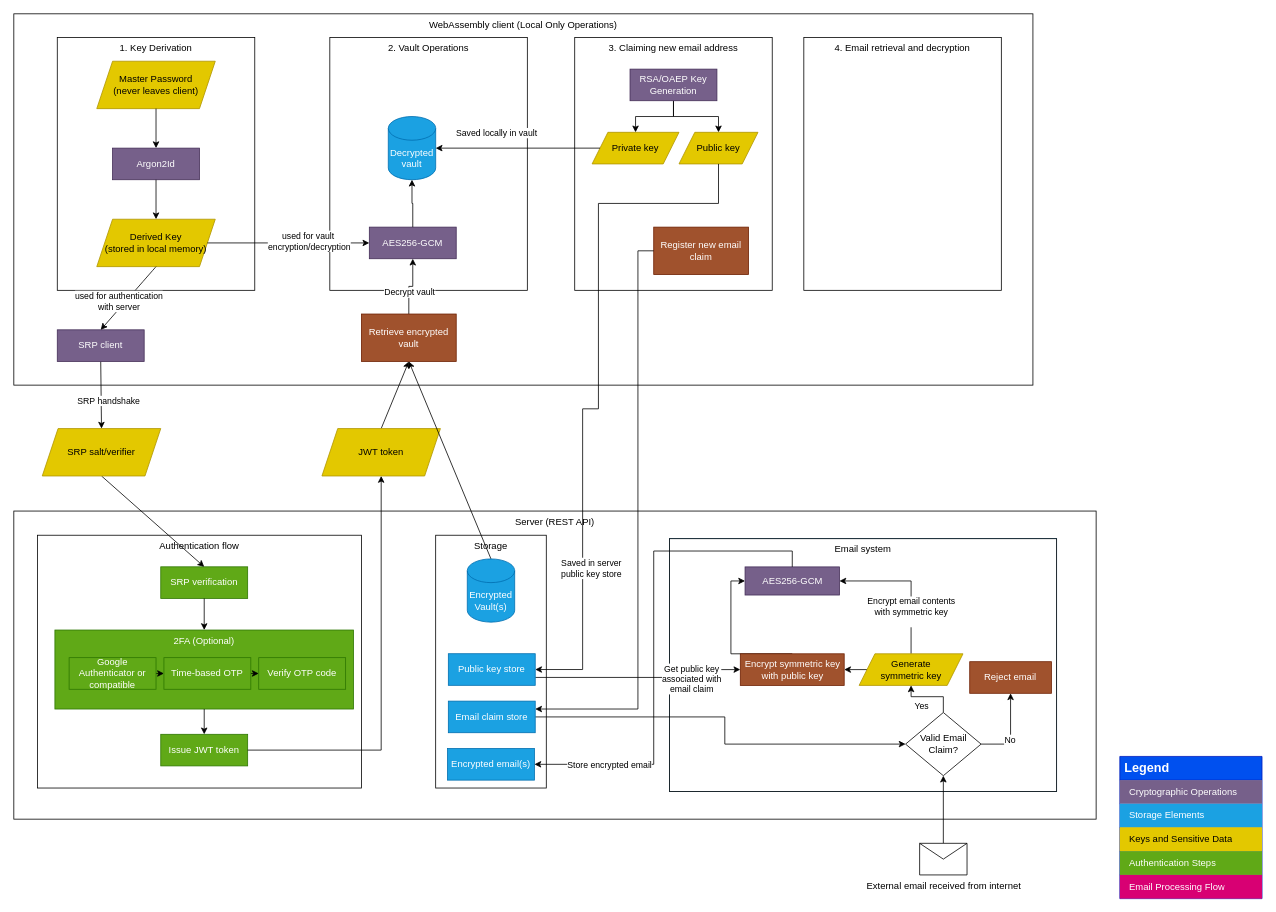
lanedirt/AliasVault keeps this draw.io diagram as docs/diagrams/aliasvault-security-architecture.drawio. Above is the earlier version. Source tidied: cells renumbered, new cells numbered last; positions are measured from the earlier drawing's top-left corner, leaving out a move shared by most shapes. Both pictures are drawn from the tidied source at 79%, with x=0, y=0 at pixel (13, 13).
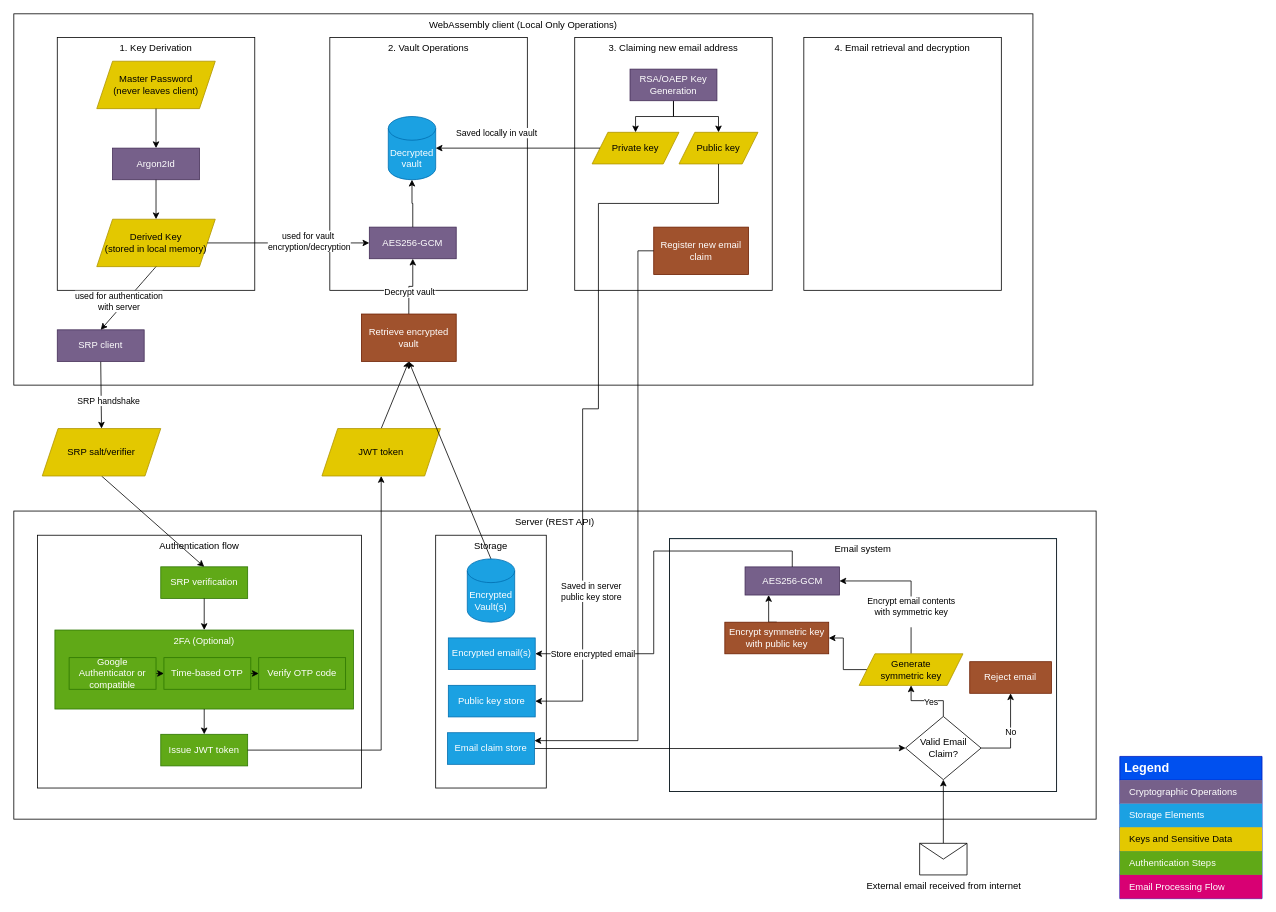
The same diagram, later.

Commit message:
Update security architecture diagram (#341)

Unchanged cells that the change refers to:
```xml
<mxCell id="59" value="Public key" style="shape=parallelogram;perimeter=parallelogramPerimeter;whiteSpace=wrap;html=1;fixedSize=1;fillColor=#e3c800;fontColor=#000000;strokeColor=#B09500;" parent="1" vertex="1">
  <mxGeometry x="842" y="150" width="100" height="40" as="geometry" />
</mxCell>
<mxCell id="63" style="group;fillColor=#1ba1e2;fontColor=#ffffff;strokeColor=#006EAF;" parent="1" vertex="1">
  <mxGeometry x="830" y="664.4" width="490" height="320" as="geometry" />
</mxCell>
<mxCell id="65" style="edgeStyle=orthogonalEdgeStyle;rounded=0;jettySize=auto;html=1;exitX=1;exitY=0.5;exitDx=0;exitDy=0;entryX=0.5;entryY=1;entryDx=0;entryDy=0;" parent="63" edge="1" source="69" target="70">
  <mxGeometry relative="1" as="geometry" />
</mxCell>
<mxCell id="67" style="edgeStyle=orthogonalEdgeStyle;rounded=0;jettySize=auto;html=1;exitX=0.5;exitY=0;exitDx=0;exitDy=0;entryX=0.5;entryY=1;entryDx=0;entryDy=0;" parent="63" edge="1" source="69" target="74">
  <mxGeometry relative="1" as="geometry" />
</mxCell>
<mxCell id="75" value="AES256-GCM" style="text;html=1;align=center;verticalAlign=middle;whiteSpace=wrap;rounded=0;fillColor=#76608a;fontColor=#ffffff;strokeColor=#432D57;" parent="63" vertex="1">
  <mxGeometry x="95.6" y="35.7" width="119.5" height="35.6" as="geometry" />
</mxCell>
<mxCell id="80" value="Register new email&lt;br&gt;claim" style="rounded=0;whiteSpace=wrap;html=1;fillColor=#a0522d;fontColor=#ffffff;strokeColor=#6D1F00;" parent="1" vertex="1">
  <mxGeometry x="810" y="270" width="120" height="60" as="geometry" />
</mxCell>
```

Change to the diagram source:
```diff
@@
     <mxCell id="66" value="No" style="edgeLabel;html=1;align=center;verticalAlign=middle;" parent="65" vertex="1">
       <mxGeometry x="-0.15" y="2" relative="1" as="geometry">
-        <mxPoint x="1" as="offset" />
+        <mxPoint x="2" y="-12" as="offset" />
       </mxGeometry>
     </mxCell>
@@
     <mxCell id="68" value="Yes" style="edgeLabel;html=1;align=center;verticalAlign=middle;" parent="67" vertex="1">
       <mxGeometry x="0.36" y="3" relative="1" as="geometry">
-        <mxPoint x="3" y="9" as="offset" />
+        <mxPoint x="18" y="-2" as="offset" />
       </mxGeometry>
     </mxCell>
     <mxCell id="69" value="Valid Email Claim?" style="rhombus;whiteSpace=wrap;html=1;" parent="63" vertex="1">
-      <mxGeometry x="298.8" y="220" width="95.6" height="80" as="geometry" />
+      <mxGeometry x="298.8" y="225" width="95.6" height="80" as="geometry" />
     </mxCell>
@@
-    <mxCell id="76" style="edgeStyle=orthogonalEdgeStyle;rounded=0;jettySize=auto;html=1;exitX=0.5;exitY=0;exitDx=0;exitDy=0;entryX=0;entryY=0.5;entryDx=0;entryDy=0;" parent="63" edge="1" source="77" target="75">
-      <mxGeometry relative="1" as="geometry">
-        <Array as="points">
-          <mxPoint x="77.7" y="53" />
-        </Array>
-      </mxGeometry>
+    <mxCell id="76" style="edgeStyle=orthogonalEdgeStyle;rounded=0;jettySize=auto;html=1;exitX=0.5;exitY=0;exitDx=0;exitDy=0;entryX=0.25;entryY=1;entryDx=0;entryDy=0;" parent="63" edge="1" source="77" target="75">
+      <mxGeometry relative="1" as="geometry" />
     </mxCell>
     <mxCell id="77" value="Encrypt symmetric key with public key" style="rounded=0;whiteSpace=wrap;html=1;fillColor=#a0522d;fontColor=#ffffff;strokeColor=#6D1F00;" parent="63" vertex="1">
-      <mxGeometry x="89.6" y="145.7" width="131.5" height="40" as="geometry" />
+      <mxGeometry x="70" y="105.7" width="131.5" height="40" as="geometry" />
     </mxCell>
     <mxCell id="78" style="edgeStyle=orthogonalEdgeStyle;rounded=0;jettySize=auto;html=1;exitX=0.5;exitY=1;exitDx=0;exitDy=0;entryX=1;entryY=0.5;entryDx=0;entryDy=0;" parent="1" edge="1" source="59" target="83">
       <mxGeometry relative="1" as="geometry">
         <Array as="points">
           <mxPoint x="892" y="240" />
           <mxPoint x="740" y="240" />
           <mxPoint x="740" y="500" />
           <mxPoint x="720" y="500" />
-          <mxPoint x="720" y="830" />
+          <mxPoint x="720" y="870" />
         </Array>
       </mxGeometry>
     </mxCell>
@@
-    <mxCell id="81" style="edgeStyle=orthogonalEdgeStyle;rounded=0;jettySize=auto;html=1;exitX=1;exitY=0.75;exitDx=0;exitDy=0;entryX=0;entryY=0.5;entryDx=0;entryDy=0;" parent="1" edge="1" source="83" target="77">
-      <mxGeometry relative="1" as="geometry">
-        <Array as="points">
-          <mxPoint x="860" y="840" />
-          <mxPoint x="860" y="830" />
-        </Array>
-      </mxGeometry>
-    </mxCell>
-    <mxCell id="82" value="Get public key&lt;br&gt;associated with &lt;br&gt;email claim" style="edgeLabel;html=1;align=center;verticalAlign=middle;" parent="81" vertex="1">
-      <mxGeometry x="0.49" y="2" relative="1" as="geometry">
-        <mxPoint x="-1" y="2" as="offset" />
-      </mxGeometry>
-    </mxCell>
     <mxCell id="83" value="Public key store" style="rounded=0;whiteSpace=wrap;html=1;fillColor=#1ba1e2;strokeColor=#006EAF;fontColor=#ffffff;" parent="1" vertex="1">
-      <mxGeometry x="550" y="810" width="110" height="40" as="geometry" />
+      <mxGeometry x="550" y="850" width="110" height="40" as="geometry" />
     </mxCell>
-    <mxCell id="84" style="rounded=0;jettySize=auto;html=1;exitX=1;exitY=0.5;exitDx=0;exitDy=0;entryX=0;entryY=0.5;entryDx=0;entryDy=0;edgeStyle=elbowEdgeStyle;" parent="1" edge="1" source="85" target="69">
-      <mxGeometry relative="1" as="geometry">
-        <Array as="points">
-          <mxPoint x="900" y="960" />
-        </Array>
-      </mxGeometry>
+    <mxCell id="84" style="edgeStyle=orthogonalEdgeStyle;rounded=0;jettySize=auto;html=1;exitX=1;exitY=0.5;exitDx=0;exitDy=0;entryX=0;entryY=0.5;entryDx=0;entryDy=0;" parent="1" edge="1" source="85" target="69">
+      <mxGeometry relative="1" as="geometry" />
     </mxCell>
     <mxCell id="85" value="Email claim store" style="rounded=0;whiteSpace=wrap;html=1;fillColor=#1ba1e2;strokeColor=#006EAF;fontColor=#ffffff;" parent="1" vertex="1">
-      <mxGeometry x="550" y="870" width="110" height="40" as="geometry" />
+      <mxGeometry x="549" y="910" width="110" height="40" as="geometry" />
     </mxCell>
@@
     <mxCell id="88" style="edgeStyle=orthogonalEdgeStyle;rounded=0;jettySize=auto;html=1;exitX=0;exitY=0.5;exitDx=0;exitDy=0;entryX=1;entryY=0.25;entryDx=0;entryDy=0;" parent="1" edge="1" source="80" target="85">
       <mxGeometry relative="1" as="geometry">
         <Array as="points">
           <mxPoint x="790" y="300" />
-          <mxPoint x="790" y="880" />
+          <mxPoint x="790" y="920" />
         </Array>
       </mxGeometry>
     </mxCell>
     <mxCell id="89" value="Encrypted email(s)" style="rounded=0;whiteSpace=wrap;html=1;fillColor=#1ba1e2;strokeColor=#006EAF;fontColor=#ffffff;" parent="1" vertex="1">
-      <mxGeometry x="549" y="930" width="110" height="40" as="geometry" />
+      <mxGeometry x="550" y="790" width="110" height="40" as="geometry" />
     </mxCell>
     <mxCell id="90" style="edgeStyle=orthogonalEdgeStyle;rounded=0;jettySize=auto;html=1;exitX=0.5;exitY=0;exitDx=0;exitDy=0;entryX=1;entryY=0.5;entryDx=0;entryDy=0;" parent="1" edge="1" source="75" target="89">
       <mxGeometry relative="1" as="geometry">
         <Array as="points">
           <mxPoint x="985" y="680" />
           <mxPoint x="810" y="680" />
-          <mxPoint x="810" y="950" />
+          <mxPoint x="810" y="810" />
         </Array>
       </mxGeometry>
     </mxCell>
```
